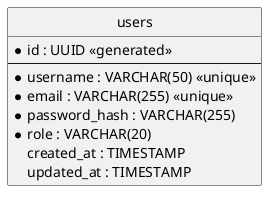
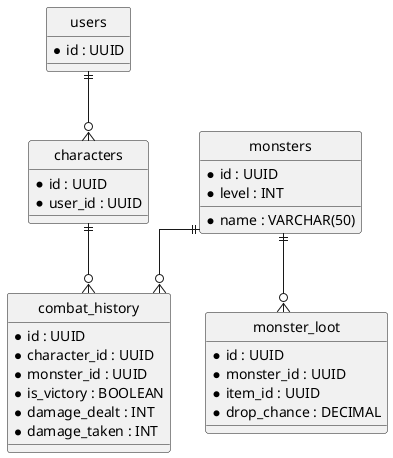
@startuml er-diagram
hide circle
skinparam linetype ortho

entity "users" as users {
-   *id : UUID <<generated>>
-   --
-   *username : VARCHAR(50) <<unique>>
-   *email : VARCHAR(255) <<unique>>
-   *password_hash : VARCHAR(255)
-   *role : VARCHAR(20)
-   created_at : TIMESTAMP
-   updated_at : TIMESTAMP
+   *id : UUID
}
+ 
+ entity "characters" as characters {
+   *id : UUID
+   *user_id : UUID
+ }
+ 
+ entity "monsters" as monsters {
+   *id : UUID
+   *name : VARCHAR(50)
+   *level : INT
+ }
+ 
+ entity "monster_loot" as monster_loot {
+   *id : UUID
+   *monster_id : UUID
+   *item_id : UUID
+   *drop_chance : DECIMAL
+ }
+ 
+ entity "combat_history" as combat_history {
+   *id : UUID
+   *character_id : UUID
+   *monster_id : UUID
+   *is_victory : BOOLEAN
+   *damage_dealt : INT
+   *damage_taken : INT
+ }
+ 
+ users ||--o{ characters
+ monsters ||--o{ monster_loot
+ characters ||--o{ combat_history
+ monsters ||--o{ combat_history
+ 
@enduml
